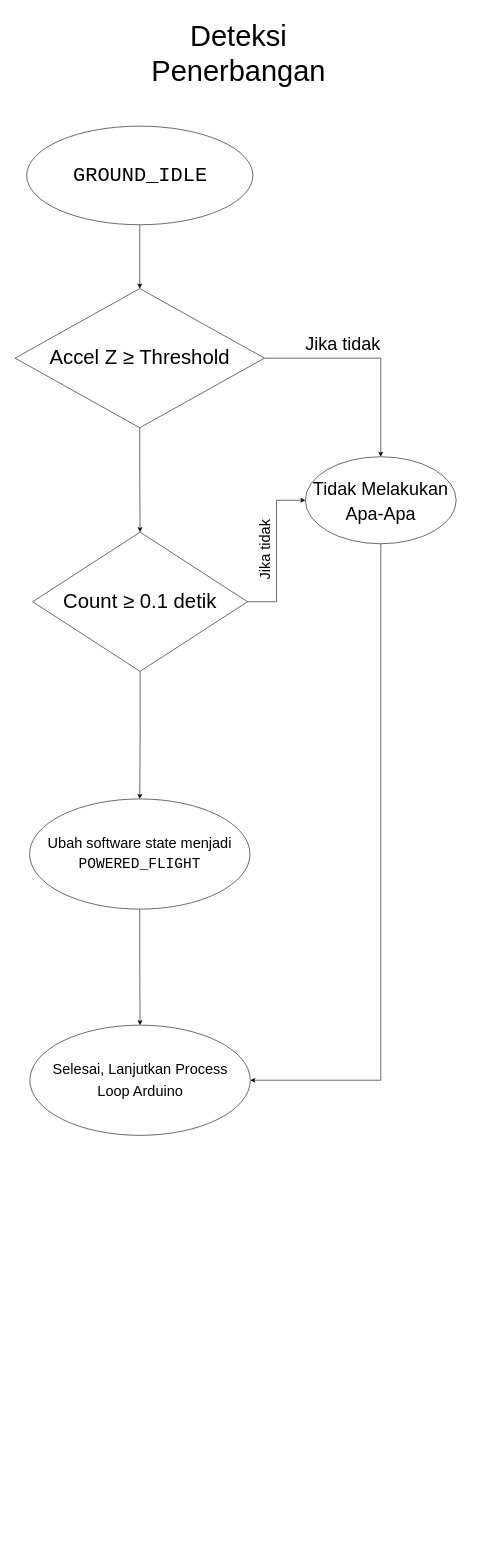
This is page "Flight Detection" (4 of 9) of Mekanisme.drawio from reacto11mecha/draft-model-rocket, a draw.io file, before an edit. Source tidied: cells renumbered, new cells numbered last; positions are measured from the earlier drawing's top-left corner, leaving out a move shared by most shapes. Both pictures are drawn from the tidied source at 58%, with x=0, y=0 at pixel (15, 10).
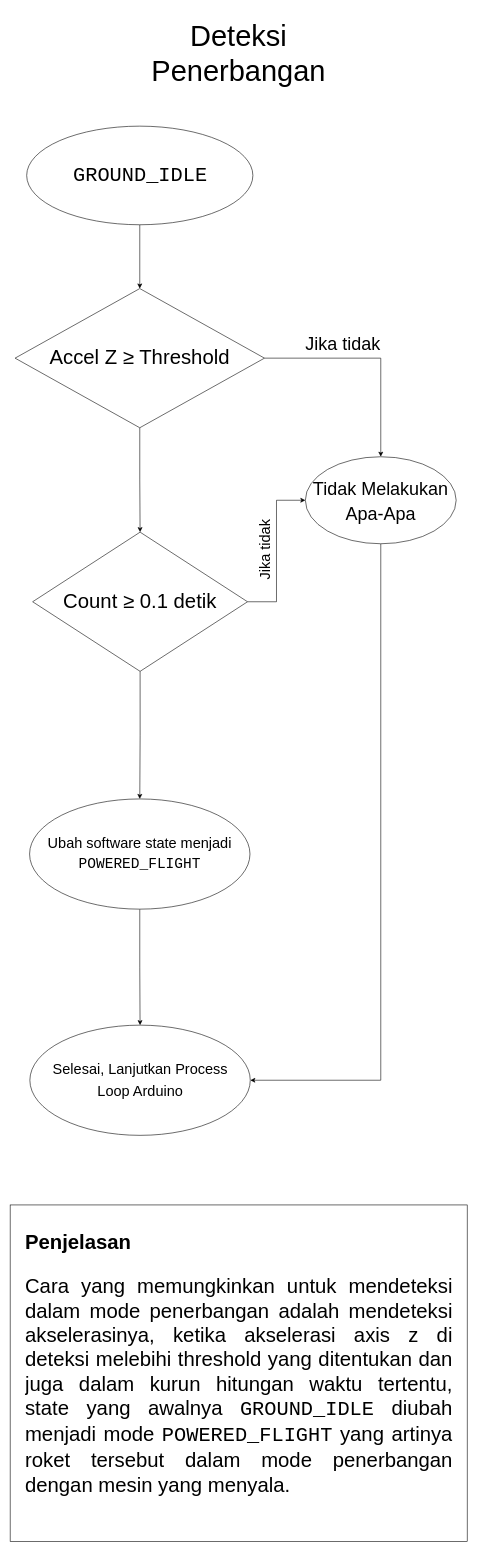
After the change.

Commit message (it also covers changes not shown here):
menambahkan penjelasan

Diff of the diagram source:
```diff
@@
+    <mxCell id="23" style="rounded=0;whiteSpace=wrap;html=1;" parent="1" vertex="1">
+      <mxGeometry x="-9" y="2060" width="788" height="580" as="geometry" />
+    </mxCell>
+    <mxCell id="24" value="&lt;h1 style=&quot;font-size: 35px&quot;&gt;&lt;font style=&quot;font-size: 35px&quot;&gt;Penjelasan&lt;/font&gt;&lt;/h1&gt;&lt;p style=&quot;text-align: justify ; font-size: 35px&quot;&gt;&lt;font style=&quot;font-size: 35px&quot;&gt;Cara yang memungkinkan untuk mendeteksi dalam mode penerbangan adalah mendeteksi akselerasinya, ketika akselerasi axis z di deteksi melebihi threshold yang ditentukan dan juga dalam kurun hitungan waktu tertentu, state yang awalnya &lt;font face=&quot;Courier New&quot;&gt;GROUND_IDLE&lt;/font&gt; diubah menjadi mode &lt;font face=&quot;Courier New&quot;&gt;POWERED_FLIGHT&lt;/font&gt; yang artinya roket tersebut dalam mode penerbangan dengan mesin yang menyala.&lt;/font&gt;&lt;/p&gt;" style="text;html=1;strokeColor=none;fillColor=none;spacing=5;spacingTop=-20;whiteSpace=wrap;overflow=hidden;rounded=0;align=left;" parent="1" vertex="1">
+      <mxGeometry x="12" y="2090" width="745" height="520" as="geometry" />
+    </mxCell>
```
